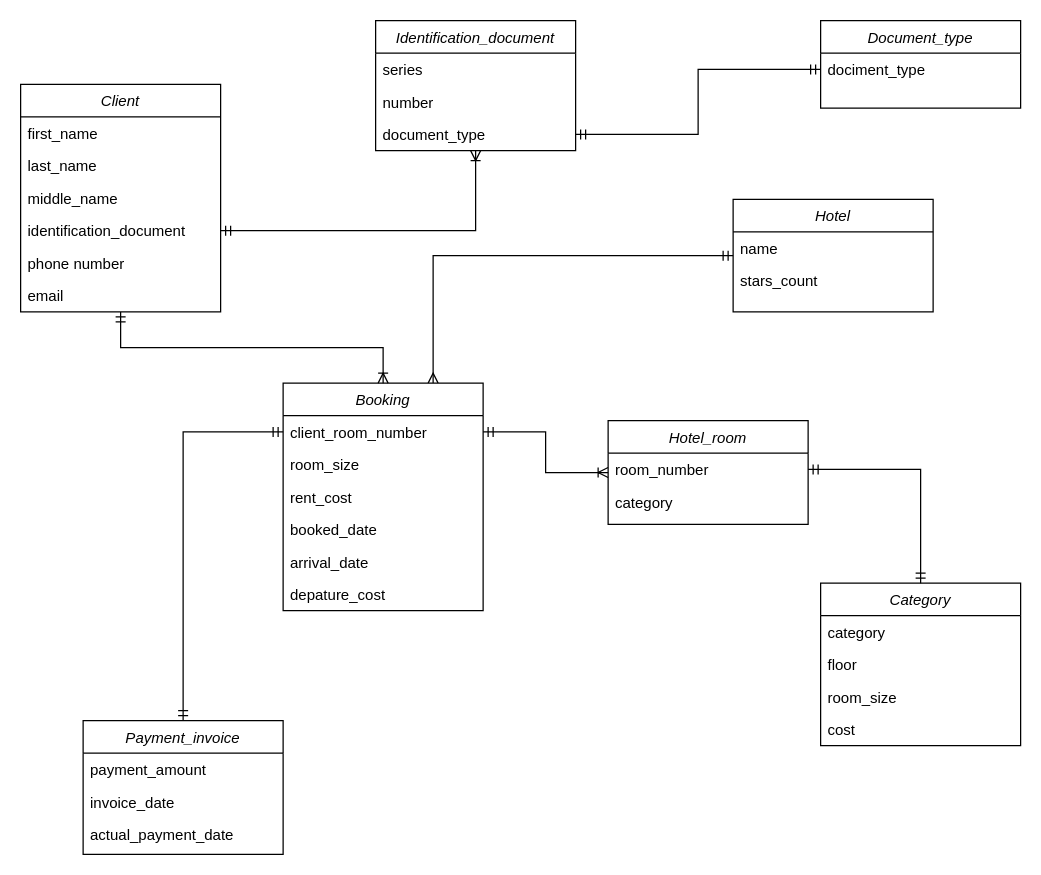
Before: Диаграмма без названия.drawio in RLafleet/dataBasesSchems, a draw.io diagram. Source tidied: cells renumbered, new cells numbered last; positions are measured from the earlier drawing's top-left corner, leaving out a move shared by most shapes. Both pictures are drawn from the tidied source at 125%, with x=0, y=0 at pixel (20, 20).
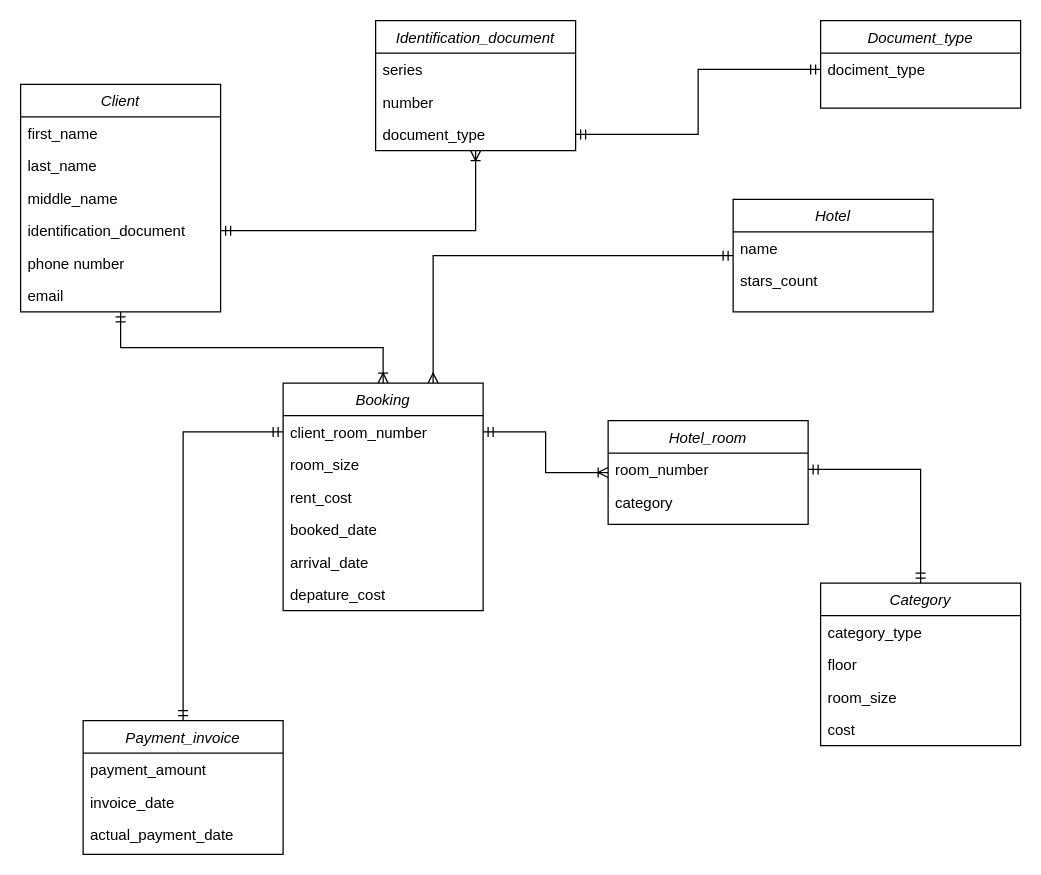
The same diagram, later.

Commit message:
Концептуальная модель(обнвовл.)

The change refers to these unchanged cells:
```xml
<mxCell id="9" value="Category" style="swimlane;fontStyle=2;align=center;verticalAlign=top;horizontal=1;startSize=26;rounded=0;shadow=0;strokeWidth=1;" parent="1" vertex="1">
  <mxGeometry x="640" y="450" width="160" height="130" as="geometry" />
</mxCell>
```

What changed in the source:
```diff
@@
-    <mxCell id="10" value="category" style="text;align=left;verticalAlign=top;spacingLeft=4;spacingRight=4;overflow=hidden;" parent="9" vertex="1">
+    <mxCell id="10" value="category_type" style="text;align=left;verticalAlign=top;spacingLeft=4;spacingRight=4;overflow=hidden;" parent="9" vertex="1">
       <mxGeometry y="26" width="160" height="26" as="geometry" />
     </mxCell>
```
